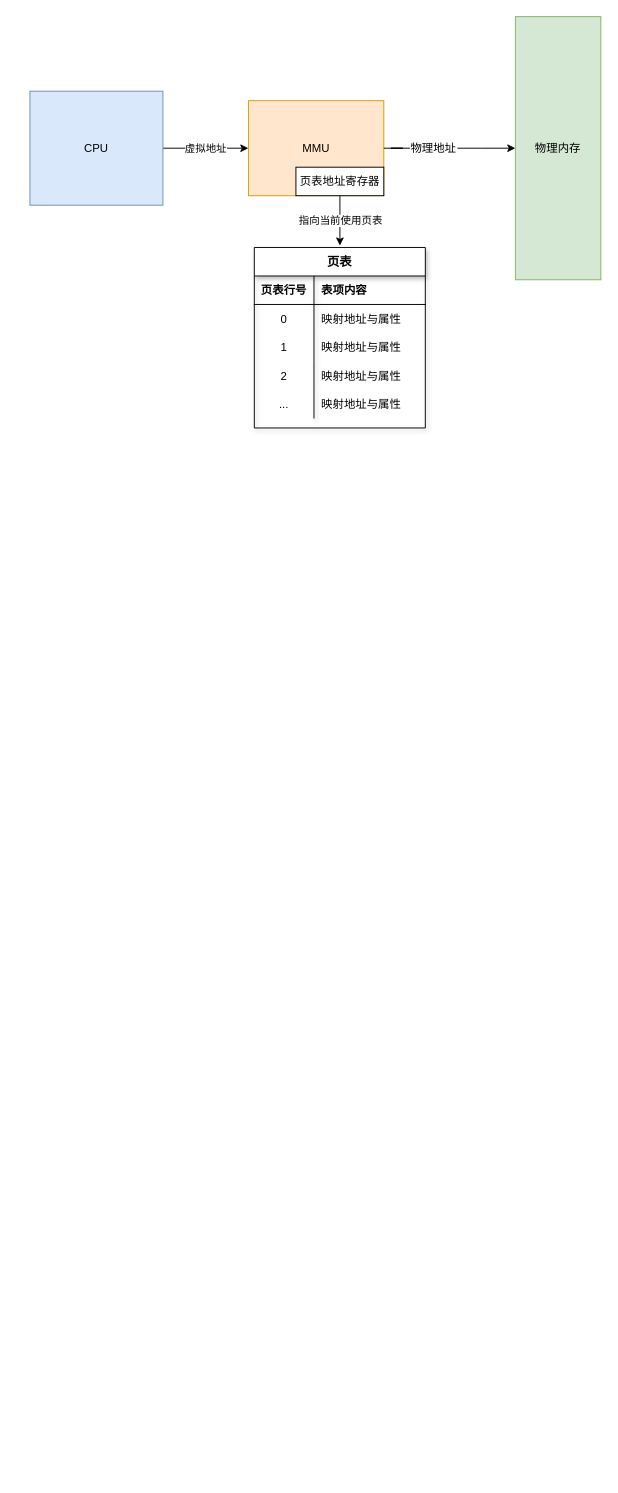
SummerGift/EmbeddedSystem keeps this draw.io diagram as RTOS/figures/mmu_basic.drawio. Above is the earlier version. Source tidied: cells renumbered, new cells numbered last; positions are measured from the earlier drawing's top-left corner, leaving out a move shared by most shapes. Both pictures are drawn from the tidied source at 95%, with x=0, y=0 at pixel (29, 16).
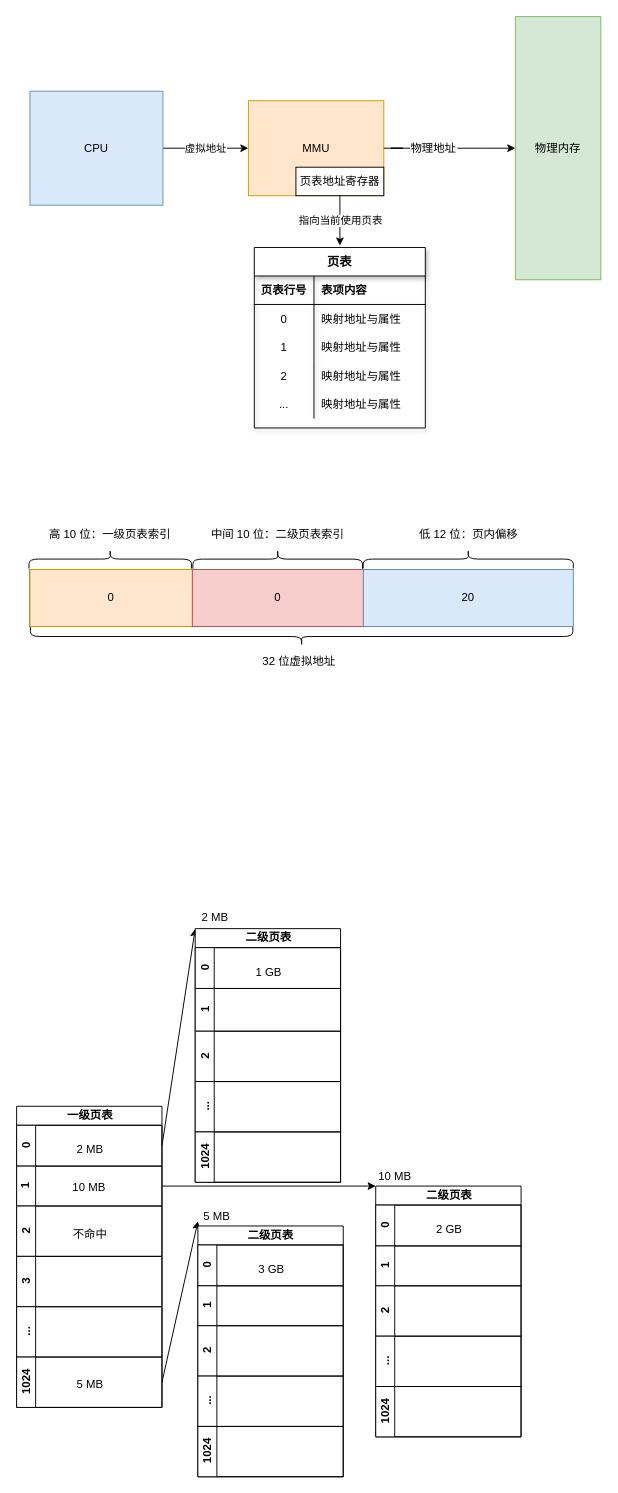
After the change.

The edit, as a diff of the source:
```diff
@@
+    <mxCell id="27" style="rounded=0;whiteSpace=wrap;html=1;" parent="1" vertex="1">
+      <mxGeometry y="582" width="571" height="60" as="geometry" />
+    </mxCell>
+    <mxCell id="28" value="0" style="rounded=0;whiteSpace=wrap;html=1;fillColor=#ffe6cc;strokeColor=#d79b00;" parent="1" vertex="1">
+      <mxGeometry y="582" width="171" height="60" as="geometry" />
+    </mxCell>
+    <mxCell id="29" value="0" style="rounded=0;whiteSpace=wrap;html=1;fillColor=#f8cecc;strokeColor=#b85450;" parent="1" vertex="1">
+      <mxGeometry x="171" y="582" width="180" height="60" as="geometry" />
+    </mxCell>
+    <mxCell id="30" value="20" style="rounded=0;whiteSpace=wrap;html=1;fillColor=#dae8fc;strokeColor=#6c8ebf;" parent="1" vertex="1">
+      <mxGeometry x="351" y="582" width="221" height="60" as="geometry" />
+    </mxCell>
+    <mxCell id="31" value="&lt;br&gt;" style="shape=curlyBracket;whiteSpace=wrap;html=1;rounded=1;rotation=90;labelPosition=left;verticalLabelPosition=middle;align=right;verticalAlign=middle;" parent="1" vertex="1">
+      <mxGeometry x="74.5" y="485.5" width="20" height="171" as="geometry" />
+    </mxCell>
+    <mxCell id="32" value="高 10 位：一级页表索引" style="text;html=1;strokeColor=none;fillColor=none;align=center;verticalAlign=middle;whiteSpace=wrap;rounded=0;" parent="1" vertex="1">
+      <mxGeometry x="6.2" y="535" width="156.5" height="20" as="geometry" />
+    </mxCell>
+    <mxCell id="33" value="中间 10 位：二级页表索引" style="text;html=1;strokeColor=none;fillColor=none;align=center;verticalAlign=middle;whiteSpace=wrap;rounded=0;" parent="1" vertex="1">
+      <mxGeometry x="176.8" y="535" width="168" height="20" as="geometry" />
+    </mxCell>
+    <mxCell id="34" value="低 12 位：页内偏移" style="text;html=1;strokeColor=none;fillColor=none;align=center;verticalAlign=middle;whiteSpace=wrap;rounded=0;" parent="1" vertex="1">
+      <mxGeometry x="392.6" y="535" width="137.5" height="20" as="geometry" />
+    </mxCell>
+    <mxCell id="35" value="&lt;br&gt;" style="shape=curlyBracket;whiteSpace=wrap;html=1;rounded=1;rotation=90;labelPosition=left;verticalLabelPosition=middle;align=right;verticalAlign=middle;" parent="1" vertex="1">
+      <mxGeometry x="250.8" y="481.8" width="20" height="178.5" as="geometry" />
+    </mxCell>
+    <mxCell id="36" value="&lt;br&gt;" style="shape=curlyBracket;whiteSpace=wrap;html=1;rounded=1;rotation=90;labelPosition=left;verticalLabelPosition=middle;align=right;verticalAlign=middle;" parent="1" vertex="1">
+      <mxGeometry x="451.4" y="460.4" width="20" height="221.2" as="geometry" />
+    </mxCell>
+    <mxCell id="37" value="&lt;br&gt;" style="shape=curlyBracket;whiteSpace=wrap;html=1;rounded=1;rotation=-90;labelPosition=left;verticalLabelPosition=middle;align=right;verticalAlign=middle;" parent="1" vertex="1">
+      <mxGeometry x="276" y="367" width="20" height="571" as="geometry" />
+    </mxCell>
+    <mxCell id="38" value="32 位虚拟地址" style="text;html=1;strokeColor=none;fillColor=none;align=center;verticalAlign=middle;whiteSpace=wrap;rounded=0;" parent="1" vertex="1">
+      <mxGeometry x="205" y="669" width="156.5" height="20" as="geometry" />
+    </mxCell>
+    <mxCell id="39" value="2 MB" style="text;html=1;strokeColor=none;fillColor=none;align=center;verticalAlign=middle;whiteSpace=wrap;rounded=0;" parent="1" vertex="1">
+      <mxGeometry x="175.2" y="938" width="40" height="20" as="geometry" />
+    </mxCell>
+    <mxCell id="40" value="10 MB" style="text;html=1;strokeColor=none;fillColor=none;align=center;verticalAlign=middle;whiteSpace=wrap;rounded=0;" parent="1" vertex="1">
+      <mxGeometry x="364" y="1211" width="41" height="20" as="geometry" />
+    </mxCell>
+    <mxCell id="41" value="5 MB" style="text;html=1;strokeColor=none;fillColor=none;align=center;verticalAlign=middle;whiteSpace=wrap;rounded=0;" parent="1" vertex="1">
+      <mxGeometry x="176.8" y="1253" width="40" height="20" as="geometry" />
+    </mxCell>
+    <mxCell id="42" style="endArrow=classic;html=1;exitX=1;exitY=0.5;exitDx=0;exitDy=0;entryX=0;entryY=0;entryDx=0;entryDy=0;" parent="1" edge="1" source="46" target="63">
+      <mxGeometry relative="1" as="geometry" />
+    </mxCell>
+    <mxCell id="43" style="endArrow=classic;html=1;exitX=1;exitY=0.5;exitDx=0;exitDy=0;entryX=0;entryY=1;entryDx=0;entryDy=0;" parent="1" edge="1" source="48" target="40">
+      <mxGeometry relative="1" as="geometry" />
+    </mxCell>
+    <mxCell id="44" style="endArrow=classic;html=1;exitX=1;exitY=0.5;exitDx=0;exitDy=0;entryX=0;entryY=0.75;entryDx=0;entryDy=0;" parent="1" edge="1" source="54" target="41">
+      <mxGeometry relative="1" as="geometry" />
+    </mxCell>
+    <mxCell id="45" value="一级页表" style="swimlane;html=1;horizontal=1;startSize=20;" parent="1" vertex="1">
+      <mxGeometry x="-14" y="1147" width="153" height="317" as="geometry" />
+    </mxCell>
+    <mxCell id="46" value="0" style="swimlane;html=1;startSize=20;horizontal=0;" parent="45" vertex="1">
+      <mxGeometry y="20" width="153" height="43" as="geometry" />
+    </mxCell>
+    <mxCell id="47" value="2 MB" style="text;html=1;align=center;verticalAlign=middle;" parent="46" vertex="1">
+      <mxGeometry x="57.5" y="17" width="38" height="18" as="geometry" />
+    </mxCell>
+    <mxCell id="48" value="1" style="swimlane;html=1;startSize=20;horizontal=0;" parent="45" vertex="1">
+      <mxGeometry y="63" width="153" height="42" as="geometry" />
+    </mxCell>
+    <mxCell id="49" value="10 MB" style="text;html=1;align=center;verticalAlign=middle;" parent="48" vertex="1">
+      <mxGeometry x="53.5" y="14" width="45" height="18" as="geometry" />
+    </mxCell>
+    <mxCell id="50" value="2" style="swimlane;html=1;startSize=20;horizontal=0;" parent="45" vertex="1">
+      <mxGeometry y="105" width="153" height="53" as="geometry" />
+    </mxCell>
+    <mxCell id="51" value="不命中" style="text;html=1;align=center;verticalAlign=middle;" parent="50" vertex="1">
+      <mxGeometry x="53.5" y="20.5" width="46" height="18" as="geometry" />
+    </mxCell>
+    <mxCell id="52" value="3&lt;br&gt;" style="swimlane;html=1;startSize=20;horizontal=0;" parent="45" vertex="1">
+      <mxGeometry y="158" width="153" height="53" as="geometry" />
+    </mxCell>
+    <mxCell id="53" value="...&lt;br&gt;" style="swimlane;html=1;startSize=20;horizontal=0;" parent="45" vertex="1">
+      <mxGeometry y="211" width="153" height="53" as="geometry" />
+    </mxCell>
+    <mxCell id="54" value="1024" style="swimlane;html=1;startSize=20;horizontal=0;" parent="45" vertex="1">
+      <mxGeometry y="264" width="153" height="53" as="geometry" />
+    </mxCell>
+    <mxCell id="55" value="5&amp;nbsp;MB" style="text;html=1;align=center;verticalAlign=middle;" parent="54" vertex="1">
+      <mxGeometry x="57.5" y="20" width="38" height="18" as="geometry" />
+    </mxCell>
+    <mxCell id="56" value="二级页表" style="swimlane;html=1;horizontal=1;startSize=20;" parent="1" vertex="1">
+      <mxGeometry x="176.8" y="1273" width="153" height="264" as="geometry" />
+    </mxCell>
+    <mxCell id="57" value="0" style="swimlane;html=1;startSize=20;horizontal=0;" parent="56" vertex="1">
+      <mxGeometry y="20" width="153" height="43" as="geometry" />
+    </mxCell>
+    <mxCell id="58" value="3&amp;nbsp;GB" style="text;html=1;align=center;verticalAlign=middle;" parent="57" vertex="1">
+      <mxGeometry x="58.5" y="17" width="37" height="18" as="geometry" />
+    </mxCell>
+    <mxCell id="59" value="1" style="swimlane;html=1;startSize=20;horizontal=0;" parent="56" vertex="1">
+      <mxGeometry y="63" width="153" height="42" as="geometry" />
+    </mxCell>
+    <mxCell id="60" value="2" style="swimlane;html=1;startSize=20;horizontal=0;" parent="56" vertex="1">
+      <mxGeometry y="105" width="153" height="53" as="geometry" />
+    </mxCell>
+    <mxCell id="61" value="...&lt;br&gt;" style="swimlane;html=1;startSize=20;horizontal=0;" parent="56" vertex="1">
+      <mxGeometry y="158" width="153" height="53" as="geometry" />
+    </mxCell>
+    <mxCell id="62" value="1024" style="swimlane;html=1;startSize=20;horizontal=0;" parent="56" vertex="1">
+      <mxGeometry y="211" width="153" height="53" as="geometry" />
+    </mxCell>
+    <mxCell id="63" value="二级页表" style="swimlane;html=1;horizontal=1;startSize=20;" parent="1" vertex="1">
+      <mxGeometry x="174" y="960" width="153" height="267" as="geometry" />
+    </mxCell>
+    <mxCell id="64" value="0" style="swimlane;html=1;startSize=20;horizontal=0;" parent="63" vertex="1">
+      <mxGeometry y="20" width="153" height="43" as="geometry" />
+    </mxCell>
+    <mxCell id="65" value="1 GB" style="text;html=1;align=center;verticalAlign=middle;" parent="64" vertex="1">
+      <mxGeometry x="58.5" y="17" width="37" height="18" as="geometry" />
+    </mxCell>
+    <mxCell id="66" value="1" style="swimlane;html=1;startSize=20;horizontal=0;" parent="63" vertex="1">
+      <mxGeometry y="63" width="153" height="45" as="geometry" />
+    </mxCell>
+    <mxCell id="67" value="2" style="swimlane;html=1;startSize=20;horizontal=0;" parent="63" vertex="1">
+      <mxGeometry y="108" width="153" height="53" as="geometry" />
+    </mxCell>
+    <mxCell id="68" value="...&lt;br&gt;" style="swimlane;html=1;startSize=20;horizontal=0;" parent="63" vertex="1">
+      <mxGeometry y="161" width="153" height="53" as="geometry" />
+    </mxCell>
+    <mxCell id="69" value="1024" style="swimlane;html=1;startSize=20;horizontal=0;" parent="63" vertex="1">
+      <mxGeometry y="214" width="153" height="53" as="geometry" />
+    </mxCell>
+    <mxCell id="70" value="二级页表" style="swimlane;html=1;horizontal=1;startSize=20;" parent="1" vertex="1">
+      <mxGeometry x="364" y="1231" width="153" height="264" as="geometry" />
+    </mxCell>
+    <mxCell id="71" value="0" style="swimlane;html=1;startSize=20;horizontal=0;" parent="70" vertex="1">
+      <mxGeometry y="20" width="153" height="43" as="geometry" />
+    </mxCell>
+    <mxCell id="72" value="2 GB" style="text;html=1;align=center;verticalAlign=middle;" parent="71" vertex="1">
+      <mxGeometry x="58.5" y="17" width="37" height="18" as="geometry" />
+    </mxCell>
+    <mxCell id="73" value="1" style="swimlane;html=1;startSize=20;horizontal=0;" parent="70" vertex="1">
+      <mxGeometry y="63" width="153" height="42" as="geometry" />
+    </mxCell>
+    <mxCell id="74" value="2" style="swimlane;html=1;startSize=20;horizontal=0;" parent="70" vertex="1">
+      <mxGeometry y="105" width="153" height="53" as="geometry" />
+    </mxCell>
+    <mxCell id="75" value="...&lt;br&gt;" style="swimlane;html=1;startSize=20;horizontal=0;" parent="70" vertex="1">
+      <mxGeometry y="158" width="153" height="53" as="geometry" />
+    </mxCell>
+    <mxCell id="76" value="1024" style="swimlane;html=1;startSize=20;horizontal=0;" parent="70" vertex="1">
+      <mxGeometry y="211" width="153" height="53" as="geometry" />
+    </mxCell>
```
